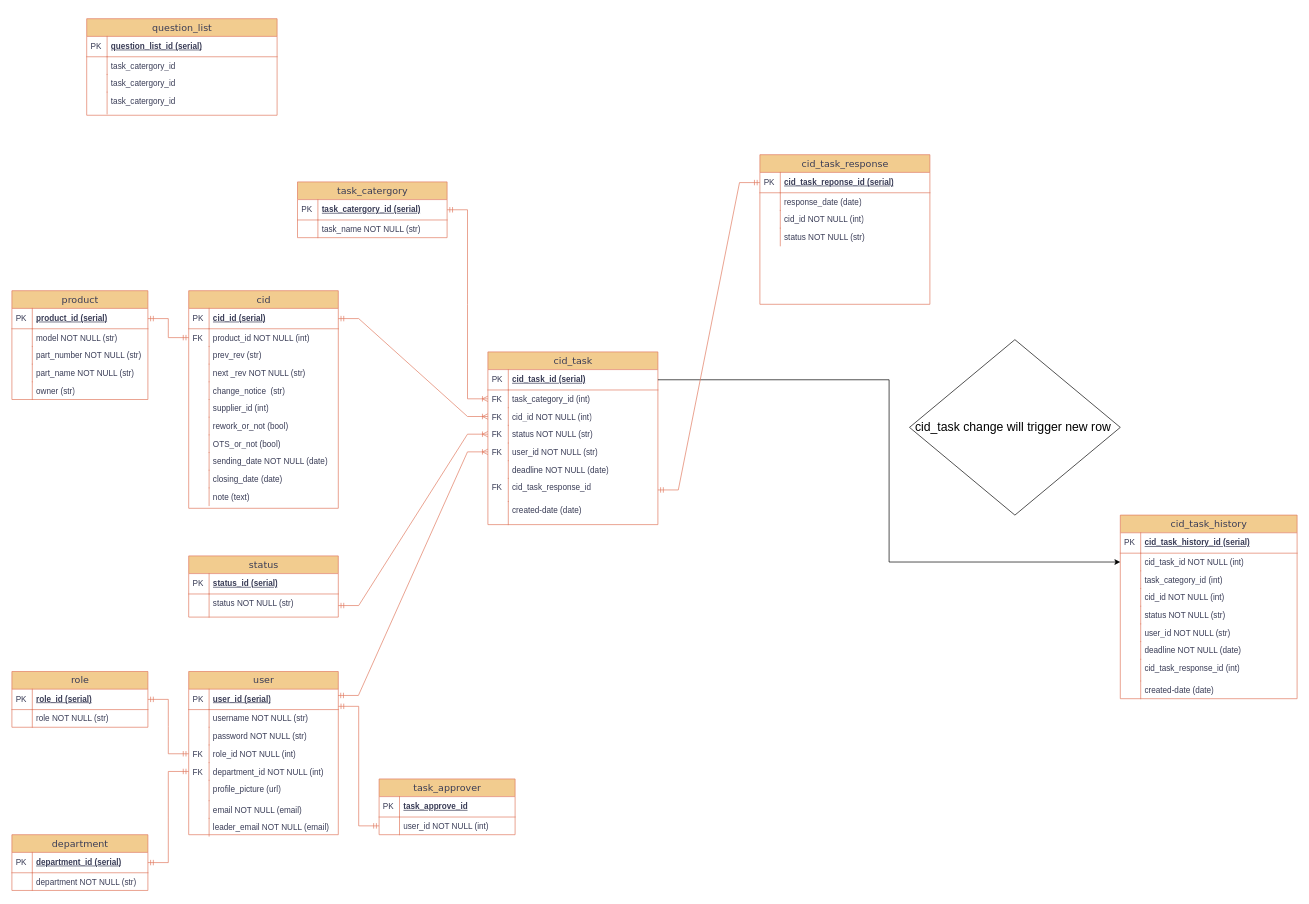
Before: Untitled Diagram.drawio in HieuBuiCong/ResumeHieuBC, a draw.io diagram. Source tidied: cells renumbered, new cells numbered last; positions are measured from the earlier drawing's top-left corner, leaving out a move shared by most shapes. Both pictures are drawn from the tidied source at 68%, with x=0, y=0 at pixel (12, 18).
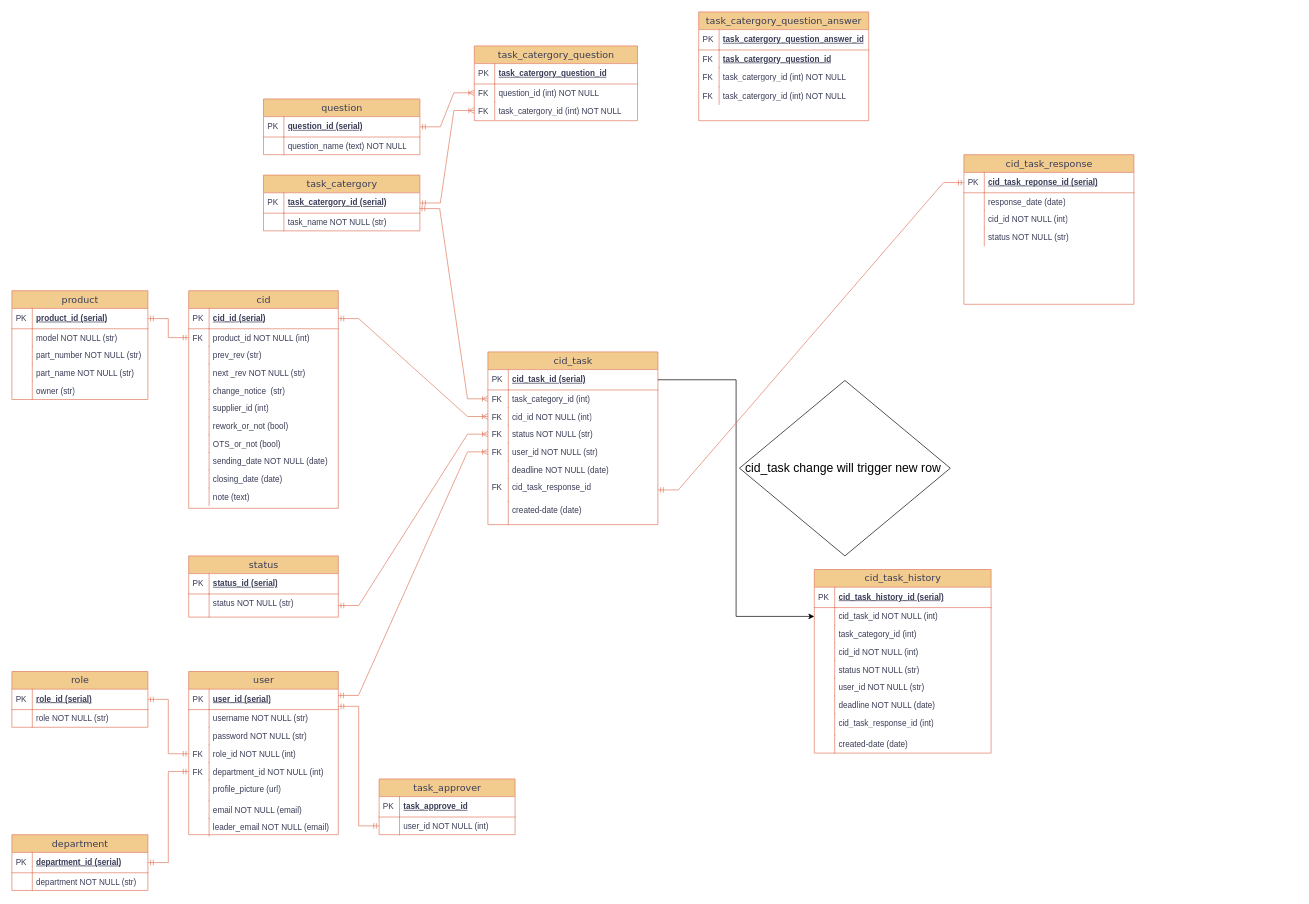
After the change.

The change refers to these unchanged cells:
```xml
<mxCell id="71" value="task_category_id (int)" style="shape=partialRectangle;top=0;left=0;right=0;bottom=0;html=1;align=left;verticalAlign=top;fillColor=none;spacingLeft=34;spacingRight=4;whiteSpace=wrap;overflow=hidden;points=[[0,0.5],[1,0.5]];portConstraint=eastwest;labelBackgroundColor=none;strokeColor=#E07A5F;fontColor=#393C56;" parent="68" vertex="1">
  <mxGeometry y="56" width="250" height="26" as="geometry" />
</mxCell>
```

The edit, as a diff of the source:
```diff
@@
     <mxCell id="63" value="task_catergory" style="swimlane;html=1;fontStyle=0;horizontal=1;startSize=26;fillColor=#F2CC8F;swimlaneFillColor=#ffffff;align=center;rounded=0;shadow=0;comic=0;labelBackgroundColor=none;strokeWidth=1;fontFamily=Verdana;fontSize=14;strokeColor=#E07A5F;fontColor=#393C56;" parent="1" vertex="1">
-      <mxGeometry x="420" y="240" width="220" height="82" as="geometry" />
+      <mxGeometry x="370" y="230" width="230" height="82" as="geometry" />
     </mxCell>
     <mxCell id="64" value="task_catergory_id (serial)" style="shape=partialRectangle;top=0;left=0;right=0;bottom=1;html=1;align=left;verticalAlign=middle;fillColor=none;spacingLeft=34;spacingRight=4;whiteSpace=wrap;overflow=hidden;points=[[0,0.5],[1,0.5]];portConstraint=eastwest;fontStyle=5;strokeColor=#E07A5F;labelBackgroundColor=none;fontColor=#393C56;" parent="63" vertex="1">
-      <mxGeometry y="26" width="220" height="30" as="geometry" />
+      <mxGeometry y="26" width="230" height="30" as="geometry" />
     </mxCell>
@@
     <mxCell id="66" value="task_name NOT NULL (str)" style="shape=partialRectangle;top=0;left=0;right=0;bottom=0;html=1;align=left;verticalAlign=top;fillColor=none;spacingLeft=34;spacingRight=4;whiteSpace=wrap;overflow=hidden;labelBackgroundColor=none;strokeColor=#E07A5F;fontColor=#393C56;" parent="63" vertex="1">
-      <mxGeometry y="56" width="220" height="26" as="geometry" />
+      <mxGeometry y="56" width="230" height="26" as="geometry" />
     </mxCell>
@@
-    <mxCell id="88" style="edgeStyle=entityRelationEdgeStyle;fontSize=12;html=1;endArrow=ERoneToMany;startArrow=ERmandOne;rounded=0;strokeColor=#E07A5F;fontColor=#393C56;fillColor=#F2CC8F;exitX=1;exitY=0.5;exitDx=0;exitDy=0;entryX=0;entryY=0.5;entryDx=0;entryDy=0;" parent="1" edge="1" source="64" target="71">
+    <mxCell id="88" style="edgeStyle=entityRelationEdgeStyle;fontSize=12;html=1;endArrow=ERoneToMany;startArrow=ERmandOne;rounded=0;strokeColor=#E07A5F;fontColor=#393C56;fillColor=#F2CC8F;exitX=0.996;exitY=0.775;exitDx=0;exitDy=0;entryX=0;entryY=0.5;entryDx=0;entryDy=0;exitPerimeter=0;" parent="1" edge="1" source="64" target="71">
       <mxGeometry relative="1" as="geometry">
         <Array as="points">
           <mxPoint x="1440" y="780" />
           <mxPoint x="1450" y="810" />
           <mxPoint x="1460" y="850" />
           <mxPoint x="1370" y="610" />
         </Array>
       </mxGeometry>
     </mxCell>
@@
     <mxCell id="97" value="cid_task_history" style="swimlane;html=1;fontStyle=0;horizontal=1;startSize=26;fillColor=#F2CC8F;swimlaneFillColor=#ffffff;align=center;rounded=0;shadow=0;comic=0;labelBackgroundColor=none;strokeWidth=1;fontFamily=Verdana;fontSize=14;strokeColor=#E07A5F;fontColor=#393C56;" parent="1" vertex="1">
-      <mxGeometry x="1630" y="730" width="260" height="270" as="geometry" />
+      <mxGeometry x="1180" y="810" width="260" height="270" as="geometry" />
     </mxCell>
@@
     <mxCell id="122" value="&lt;font style=&quot;font-size: 18px;&quot;&gt;cid_task change will trigger new row&amp;nbsp;&lt;/font&gt;" style="rhombus;whiteSpace=wrap;html=1;" parent="1" vertex="1">
-      <mxGeometry x="1320" y="472" width="310" height="258" as="geometry" />
+      <mxGeometry x="1070" y="532" width="310" height="258" as="geometry" />
     </mxCell>
@@
     <mxCell id="124" value="cid_task_response" style="swimlane;html=1;fontStyle=0;horizontal=1;startSize=26;fillColor=#F2CC8F;swimlaneFillColor=#ffffff;align=center;rounded=0;shadow=0;comic=0;labelBackgroundColor=none;strokeWidth=1;fontFamily=Verdana;fontSize=14;strokeColor=#E07A5F;fontColor=#393C56;" parent="1" vertex="1">
-      <mxGeometry x="1100" y="200" width="250" height="220" as="geometry" />
+      <mxGeometry x="1400" y="200" width="250" height="220" as="geometry" />
     </mxCell>
@@
-    <mxCell id="134" value="question_list" style="swimlane;html=1;fontStyle=0;horizontal=1;startSize=26;fillColor=#F2CC8F;swimlaneFillColor=#ffffff;align=center;rounded=0;shadow=0;comic=0;labelBackgroundColor=none;strokeWidth=1;fontFamily=Verdana;fontSize=14;strokeColor=#E07A5F;fontColor=#393C56;" parent="1" vertex="1">
-      <mxGeometry x="110" width="280" height="142" as="geometry" />
+    <mxCell id="134" value="question" style="swimlane;html=1;fontStyle=0;horizontal=1;startSize=26;fillColor=#F2CC8F;swimlaneFillColor=#ffffff;align=center;rounded=0;shadow=0;comic=0;labelBackgroundColor=none;strokeWidth=1;fontFamily=Verdana;fontSize=14;strokeColor=#E07A5F;fontColor=#393C56;" parent="1" vertex="1">
+      <mxGeometry x="370" y="118" width="230" height="82" as="geometry" />
     </mxCell>
-    <mxCell id="135" value="question_list_id (serial)" style="shape=partialRectangle;top=0;left=0;right=0;bottom=1;html=1;align=left;verticalAlign=middle;fillColor=none;spacingLeft=34;spacingRight=4;whiteSpace=wrap;overflow=hidden;points=[[0,0.5],[1,0.5]];portConstraint=eastwest;fontStyle=5;strokeColor=#E07A5F;labelBackgroundColor=none;fontColor=#393C56;" parent="134" vertex="1">
-      <mxGeometry y="26" width="280" height="30" as="geometry" />
+    <mxCell id="135" value="question_id (serial)" style="shape=partialRectangle;top=0;left=0;right=0;bottom=1;html=1;align=left;verticalAlign=middle;fillColor=none;spacingLeft=34;spacingRight=4;whiteSpace=wrap;overflow=hidden;points=[[0,0.5],[1,0.5]];portConstraint=eastwest;fontStyle=5;strokeColor=#E07A5F;labelBackgroundColor=none;fontColor=#393C56;" parent="134" vertex="1">
+      <mxGeometry y="26" width="230" height="30" as="geometry" />
     </mxCell>
@@
-    <mxCell id="137" value="task_catergory_id" style="shape=partialRectangle;top=0;left=0;right=0;bottom=0;html=1;align=left;verticalAlign=top;fillColor=none;spacingLeft=34;spacingRight=4;whiteSpace=wrap;overflow=hidden;labelBackgroundColor=none;strokeColor=#E07A5F;fontColor=#393C56;" parent="134" vertex="1">
-      <mxGeometry y="56" width="280" height="26" as="geometry" />
+    <mxCell id="137" value="question_name (text) NOT NULL" style="shape=partialRectangle;top=0;left=0;right=0;bottom=0;html=1;align=left;verticalAlign=top;fillColor=none;spacingLeft=34;spacingRight=4;whiteSpace=wrap;overflow=hidden;labelBackgroundColor=none;strokeColor=#E07A5F;fontColor=#393C56;" parent="134" vertex="1">
+      <mxGeometry y="56" width="230" height="26" as="geometry" />
     </mxCell>
@@
-    <mxCell id="139" value="task_catergory_id" style="shape=partialRectangle;top=0;left=0;right=0;bottom=0;html=1;align=left;verticalAlign=top;fillColor=none;spacingLeft=34;spacingRight=4;whiteSpace=wrap;overflow=hidden;labelBackgroundColor=none;strokeColor=#E07A5F;fontColor=#393C56;" parent="134" vertex="1">
-      <mxGeometry y="82" width="280" height="26" as="geometry" />
-    </mxCell>
-    <mxCell id="140" style="shape=partialRectangle;top=0;left=0;bottom=0;html=1;fillColor=none;align=left;verticalAlign=top;spacingLeft=4;spacingRight=4;whiteSpace=wrap;overflow=hidden;labelBackgroundColor=none;strokeColor=#E07A5F;fontColor=#393C56;" parent="139" vertex="1">
-      <mxGeometry width="30" height="26" as="geometry" />
-    </mxCell>
-    <mxCell id="141" value="task_catergory_id" style="shape=partialRectangle;top=0;left=0;right=0;bottom=0;html=1;align=left;verticalAlign=top;fillColor=none;spacingLeft=34;spacingRight=4;whiteSpace=wrap;overflow=hidden;labelBackgroundColor=none;strokeColor=#E07A5F;fontColor=#393C56;" parent="134" vertex="1">
-      <mxGeometry y="108" width="280" height="32" as="geometry" />
-    </mxCell>
-    <mxCell id="142" style="shape=partialRectangle;top=0;left=0;bottom=0;html=1;fillColor=none;align=left;verticalAlign=top;spacingLeft=4;spacingRight=4;whiteSpace=wrap;overflow=hidden;labelBackgroundColor=none;strokeColor=#E07A5F;fontColor=#393C56;" parent="141" vertex="1">
-      <mxGeometry width="30" height="32" as="geometry" />
-    </mxCell>
+    <mxCell id="143" value="task_catergory_question" style="swimlane;html=1;fontStyle=0;horizontal=1;startSize=26;fillColor=#F2CC8F;swimlaneFillColor=#ffffff;align=center;rounded=0;shadow=0;comic=0;labelBackgroundColor=none;strokeWidth=1;fontFamily=Verdana;fontSize=14;strokeColor=#E07A5F;fontColor=#393C56;" parent="1" vertex="1">
+      <mxGeometry x="680" y="40" width="240" height="110" as="geometry" />
+    </mxCell>
+    <mxCell id="144" value="task_catergory_question_id" style="shape=partialRectangle;top=0;left=0;right=0;bottom=1;html=1;align=left;verticalAlign=middle;fillColor=none;spacingLeft=34;spacingRight=4;whiteSpace=wrap;overflow=hidden;fontStyle=5;strokeColor=#E07A5F;labelBackgroundColor=none;fontColor=#393C56;" parent="143" vertex="1">
+      <mxGeometry y="26" width="240" height="30" as="geometry" />
+    </mxCell>
+    <mxCell id="145" value="PK" style="shape=partialRectangle;top=0;left=0;bottom=0;html=1;fillColor=none;align=left;verticalAlign=middle;spacingLeft=4;spacingRight=4;whiteSpace=wrap;overflow=hidden;labelBackgroundColor=none;strokeColor=#E07A5F;fontColor=#393C56;" parent="144" vertex="1">
+      <mxGeometry width="30" height="30" as="geometry" />
+    </mxCell>
+    <mxCell id="146" value="question_id (int) NOT NULL" style="shape=partialRectangle;top=0;left=0;right=0;bottom=0;html=1;align=left;verticalAlign=top;fillColor=none;spacingLeft=34;spacingRight=4;whiteSpace=wrap;overflow=hidden;points=[[0,0.5],[1,0.5]];portConstraint=eastwest;labelBackgroundColor=none;strokeColor=#E07A5F;fontColor=#393C56;" parent="143" vertex="1">
+      <mxGeometry y="56" width="240" height="26" as="geometry" />
+    </mxCell>
+    <mxCell id="147" value="FK" style="shape=partialRectangle;top=0;left=0;bottom=0;html=1;fillColor=none;align=left;verticalAlign=top;spacingLeft=4;spacingRight=4;whiteSpace=wrap;overflow=hidden;labelBackgroundColor=none;strokeColor=#E07A5F;fontColor=#393C56;" parent="146" vertex="1">
+      <mxGeometry width="30" height="26" as="geometry" />
+    </mxCell>
+    <mxCell id="148" value="task_catergory_id (int) NOT NULL" style="shape=partialRectangle;top=0;left=0;right=0;bottom=0;html=1;align=left;verticalAlign=top;fillColor=none;spacingLeft=34;spacingRight=4;whiteSpace=wrap;overflow=hidden;points=[[0,0.5],[1,0.5]];portConstraint=eastwest;labelBackgroundColor=none;strokeColor=#E07A5F;fontColor=#393C56;" parent="143" vertex="1">
+      <mxGeometry y="82" width="240" height="26" as="geometry" />
+    </mxCell>
+    <mxCell id="149" value="FK" style="shape=partialRectangle;top=0;left=0;bottom=0;html=1;fillColor=none;align=left;verticalAlign=top;spacingLeft=4;spacingRight=4;whiteSpace=wrap;overflow=hidden;labelBackgroundColor=none;strokeColor=#E07A5F;fontColor=#393C56;" parent="148" vertex="1">
+      <mxGeometry width="30" height="26" as="geometry" />
+    </mxCell>
+    <mxCell id="150" style="edgeStyle=entityRelationEdgeStyle;fontSize=12;html=1;endArrow=ERoneToMany;startArrow=ERmandOne;rounded=0;strokeColor=#E07A5F;fontColor=#393C56;fillColor=#F2CC8F;exitX=1;exitY=0.5;exitDx=0;exitDy=0;entryX=0;entryY=0.5;entryDx=0;entryDy=0;" parent="1" edge="1" source="135" target="146">
+      <mxGeometry relative="1" as="geometry">
+        <Array as="points">
+          <mxPoint x="810" y="499" />
+          <mxPoint x="820" y="529" />
+          <mxPoint x="830" y="569" />
+          <mxPoint x="740" y="329" />
+        </Array>
+      </mxGeometry>
+    </mxCell>
+    <mxCell id="151" style="edgeStyle=entityRelationEdgeStyle;fontSize=12;html=1;endArrow=ERoneToMany;startArrow=ERmandOne;rounded=0;strokeColor=#E07A5F;fontColor=#393C56;fillColor=#F2CC8F;exitX=1;exitY=0.5;exitDx=0;exitDy=0;entryX=0;entryY=0.5;entryDx=0;entryDy=0;" parent="1" edge="1" source="64" target="148">
+      <mxGeometry relative="1" as="geometry">
+        <Array as="points">
+          <mxPoint x="840" y="590" />
+          <mxPoint x="850" y="620" />
+          <mxPoint x="860" y="660" />
+          <mxPoint x="770" y="420" />
+        </Array>
+      </mxGeometry>
+    </mxCell>
+    <mxCell id="152" value="task_catergory_question_answer" style="swimlane;html=1;fontStyle=0;horizontal=1;startSize=26;fillColor=#F2CC8F;swimlaneFillColor=#ffffff;align=center;rounded=0;shadow=0;comic=0;labelBackgroundColor=none;strokeWidth=1;fontFamily=Verdana;fontSize=14;strokeColor=#E07A5F;fontColor=#393C56;" parent="1" vertex="1">
+      <mxGeometry x="1010" y="-10" width="250" height="160" as="geometry" />
+    </mxCell>
+    <mxCell id="153" value="task_catergory_question_answer_id" style="shape=partialRectangle;top=0;left=0;right=0;bottom=1;html=1;align=left;verticalAlign=middle;fillColor=none;spacingLeft=34;spacingRight=4;whiteSpace=wrap;overflow=hidden;fontStyle=5;strokeColor=#E07A5F;labelBackgroundColor=none;fontColor=#393C56;" parent="152" vertex="1">
+      <mxGeometry y="26" width="250" height="30" as="geometry" />
+    </mxCell>
+    <mxCell id="154" value="PK" style="shape=partialRectangle;top=0;left=0;bottom=0;html=1;fillColor=none;align=left;verticalAlign=middle;spacingLeft=4;spacingRight=4;whiteSpace=wrap;overflow=hidden;labelBackgroundColor=none;strokeColor=#E07A5F;fontColor=#393C56;" parent="153" vertex="1">
+      <mxGeometry width="30" height="30" as="geometry" />
+    </mxCell>
+    <mxCell id="155" value="&lt;span style=&quot;font-weight: 700; text-decoration-line: underline;&quot;&gt;task_catergory_question_id&lt;/span&gt;" style="shape=partialRectangle;top=0;left=0;right=0;bottom=0;html=1;align=left;verticalAlign=top;fillColor=none;spacingLeft=34;spacingRight=4;whiteSpace=wrap;overflow=hidden;labelBackgroundColor=none;strokeColor=#E07A5F;fontColor=#393C56;" parent="152" vertex="1">
+      <mxGeometry y="56" width="250" height="26" as="geometry" />
+    </mxCell>
+    <mxCell id="156" value="FK" style="shape=partialRectangle;top=0;left=0;bottom=0;html=1;fillColor=none;align=left;verticalAlign=top;spacingLeft=4;spacingRight=4;whiteSpace=wrap;overflow=hidden;labelBackgroundColor=none;strokeColor=#E07A5F;fontColor=#393C56;" parent="155" vertex="1">
+      <mxGeometry width="30" height="26" as="geometry" />
+    </mxCell>
+    <mxCell id="157" value="task_catergory_id (int) NOT NULL" style="shape=partialRectangle;top=0;left=0;right=0;bottom=0;html=1;align=left;verticalAlign=top;fillColor=none;spacingLeft=34;spacingRight=4;whiteSpace=wrap;overflow=hidden;labelBackgroundColor=none;strokeColor=#E07A5F;fontColor=#393C56;" parent="152" vertex="1">
+      <mxGeometry y="82" width="250" height="28" as="geometry" />
+    </mxCell>
+    <mxCell id="158" value="FK" style="shape=partialRectangle;top=0;left=0;bottom=0;html=1;fillColor=none;align=left;verticalAlign=top;spacingLeft=4;spacingRight=4;whiteSpace=wrap;overflow=hidden;labelBackgroundColor=none;strokeColor=#E07A5F;fontColor=#393C56;" parent="157" vertex="1">
+      <mxGeometry width="30" height="28" as="geometry" />
+    </mxCell>
+    <mxCell id="159" value="task_catergory_id (int) NOT NULL" style="shape=partialRectangle;top=0;left=0;right=0;bottom=0;html=1;align=left;verticalAlign=top;fillColor=none;spacingLeft=34;spacingRight=4;whiteSpace=wrap;overflow=hidden;labelBackgroundColor=none;strokeColor=#E07A5F;fontColor=#393C56;" parent="152" vertex="1">
+      <mxGeometry y="110" width="250" height="26" as="geometry" />
+    </mxCell>
+    <mxCell id="160" value="FK" style="shape=partialRectangle;top=0;left=0;bottom=0;html=1;fillColor=none;align=left;verticalAlign=top;spacingLeft=4;spacingRight=4;whiteSpace=wrap;overflow=hidden;labelBackgroundColor=none;strokeColor=#E07A5F;fontColor=#393C56;" parent="159" vertex="1">
+      <mxGeometry width="30" height="26" as="geometry" />
+    </mxCell>
```
